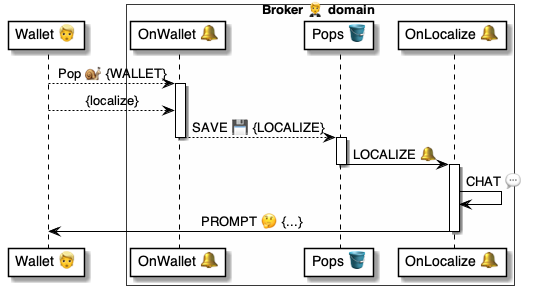
Earlier version of the PlantUML export 4 ⚙️ Solution/20 🧑‍🦰 UI/Brokers 🤵/🤵🪣 Broker tables/Pops 🎈 table/🪣🔔 22 Wallet » Localize/🤵 OnPopLocalize ⚙️ uml.png (pollyweb-org/pollyweb-docs). Its source is kept beside it as 4 ⚙️ Solution/20 🧑‍🦰 UI/Brokers 🤵/🤵🪣 Broker tables/Pops 🎈 table/🪣🔔 22 Wallet » Localize/🤵 OnPopLocalize ⚙️ uml.puml.
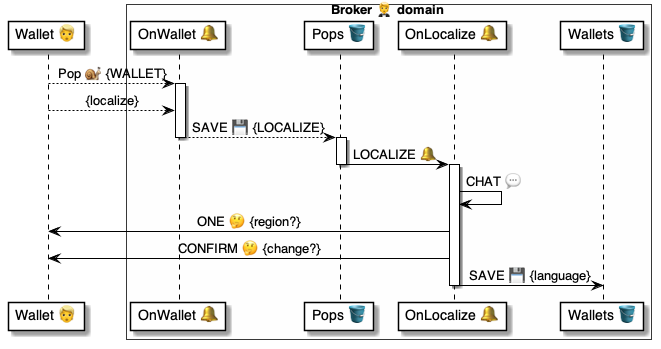
The same diagram one commit later.

The edit, as a diff of the source:
```diff
@@ -6,6 +6,7 @@
     participant "OnWallet 🔔" as onWallet
     participant "Pops 🪣" as pops
     participant "OnLocalize 🔔" as localized
+    participant "Wallets 🪣" as wallets
 end box
 
 wallet --> onWallet: Pop 🐌 {WALLET}
@@ -21,7 +22,9 @@
 
 activate localized
     localized -> localized: CHAT 💬
-    localized -> wallet: PROMPT 🤔 {...}
+    localized -> wallet: ONE 🤔 {region?}
+    localized -> wallet: CONFIRM 🤔 {change?}
+    localized -> wallets: SAVE 💾 {language}
 deactivate localized
 
 @enduml
```
